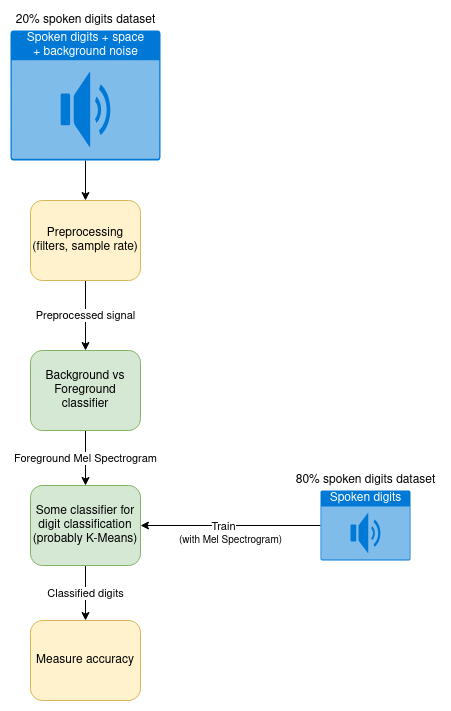
Earlier version of the draw.io export docs/diagram.png (AndreasPatakis/asr-digit-classification). Source tidied: cells renumbered, new cells last; positions are measured from the earlier drawing's top-left corner, leaving out a move shared by most shapes. Its diagram source:
```xml
<mxGraphModel>
  <root>
    <mxCell id="0" />
    <mxCell id="1" parent="0" />
    <mxCell id="2" style="edgeStyle=orthogonalEdgeStyle;rounded=0;jettySize=auto;html=1;entryX=0.5;entryY=0;entryDx=0;entryDy=0;" parent="1" edge="1" source="3" target="14">
      <mxGeometry relative="1" as="geometry" />
    </mxCell>
    <mxCell id="3" value="&lt;div&gt;Spoken digits + space&lt;/div&gt;&lt;div&gt; + background noise&lt;/div&gt;" style="html=1;strokeColor=none;fillColor=#0079D6;labelPosition=center;verticalLabelPosition=middle;verticalAlign=top;align=center;fontSize=12;outlineConnect=0;spacingTop=-6;fontColor=#FFFFFF;sketch=0;shape=mxgraph.sitemap.audio;" parent="1" vertex="1">
      <mxGeometry y="20" width="150" height="130" as="geometry" />
    </mxCell>
    <mxCell id="4" value="Foreground Mel Spectrogram" style="edgeStyle=orthogonalEdgeStyle;rounded=0;jettySize=auto;html=1;" parent="1" edge="1" source="5" target="8">
      <mxGeometry relative="1" as="geometry" />
    </mxCell>
    <mxCell id="5" value="Background vs Foreground classifier" style="rounded=1;whiteSpace=wrap;html=1;fillColor=#d5e8d4;strokeColor=#82b366;" parent="1" vertex="1">
      <mxGeometry x="20" y="340" width="110" height="80" as="geometry" />
    </mxCell>
    <mxCell id="6" value="20% spoken digits dataset" style="text;html=1;align=center;verticalAlign=middle;strokeColor=none;fillColor=none;" parent="1" vertex="1">
      <mxGeometry width="150" height="20" as="geometry" />
    </mxCell>
    <mxCell id="7" value="Classified digits" style="edgeStyle=orthogonalEdgeStyle;rounded=0;jettySize=auto;html=1;" parent="1" edge="1" source="8" target="15">
      <mxGeometry relative="1" as="geometry">
        <Array as="points">
          <mxPoint x="75" y="585" />
          <mxPoint x="75" y="585" />
        </Array>
      </mxGeometry>
    </mxCell>
    <mxCell id="8" value="Some classifier for digit classification (probably K-Means)" style="rounded=1;whiteSpace=wrap;html=1;fillColor=#d5e8d4;strokeColor=#82b366;" parent="1" vertex="1">
      <mxGeometry x="20" y="475" width="110" height="80" as="geometry" />
    </mxCell>
    <mxCell id="9" style="edgeStyle=orthogonalEdgeStyle;rounded=0;jettySize=auto;html=1;entryX=1;entryY=0.5;entryDx=0;entryDy=0;" parent="1" edge="1" source="11" target="8">
      <mxGeometry relative="1" as="geometry" />
    </mxCell>
    <mxCell id="10" value="Train" style="edgeLabel;html=1;align=center;verticalAlign=middle;" parent="9" vertex="1">
      <mxGeometry x="0.29" relative="1" as="geometry">
        <mxPoint x="18" as="offset" />
      </mxGeometry>
    </mxCell>
    <mxCell id="11" value="&lt;div&gt;Spoken digits&lt;/div&gt;" style="html=1;strokeColor=none;fillColor=#0079D6;labelPosition=center;verticalLabelPosition=middle;verticalAlign=top;align=center;fontSize=12;outlineConnect=0;spacingTop=-6;fontColor=#FFFFFF;sketch=0;shape=mxgraph.sitemap.audio;" parent="1" vertex="1">
      <mxGeometry x="310" y="480" width="90" height="70" as="geometry" />
    </mxCell>
    <mxCell id="12" value="80% spoken digits dataset" style="text;html=1;align=center;verticalAlign=middle;strokeColor=none;fillColor=none;" parent="1" vertex="1">
      <mxGeometry x="280" y="460" width="150" height="20" as="geometry" />
    </mxCell>
    <mxCell id="13" value="Preprocessed signal" style="edgeStyle=orthogonalEdgeStyle;rounded=0;jettySize=auto;html=1;" parent="1" edge="1" source="14" target="5">
      <mxGeometry relative="1" as="geometry" />
    </mxCell>
    <mxCell id="14" value="&lt;div&gt;Preprocessing&lt;/div&gt;&lt;div&gt;(filters, sample rate)&lt;br&gt;&lt;/div&gt;" style="rounded=1;whiteSpace=wrap;html=1;fillColor=#fff2cc;strokeColor=#d6b656;" parent="1" vertex="1">
      <mxGeometry x="20" y="190" width="110" height="80" as="geometry" />
    </mxCell>
    <mxCell id="15" value="Measure accuracy" style="rounded=1;whiteSpace=wrap;html=1;fillColor=#fff2cc;strokeColor=#d6b656;" parent="1" vertex="1">
      <mxGeometry x="20" y="610" width="110" height="80" as="geometry" />
    </mxCell>
    <mxCell id="16" value="(with Mel Spectrogram)" style="text;html=1;align=center;verticalAlign=middle;strokeColor=none;fillColor=none;fontSize=10;" parent="1" vertex="1">
      <mxGeometry x="160" y="520" width="120" height="20" as="geometry" />
    </mxCell>
  </root>
</mxGraphModel>
```
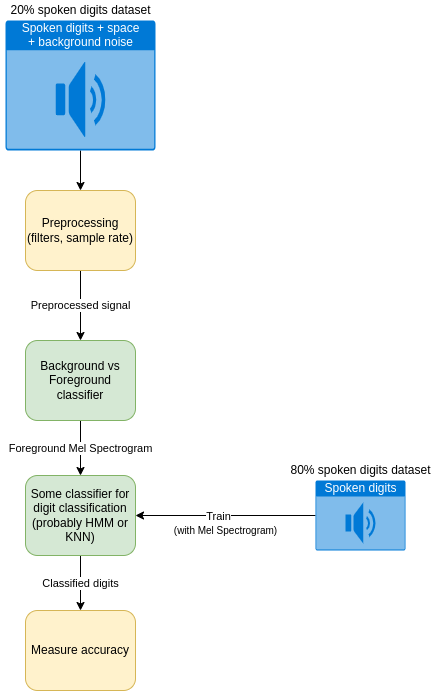
The same file after the commit.

What changed in the source:
```diff
@@ -1,23 +1,23 @@
-<mxGraphModel>
+<mxGraphModel background="#ffffff">
   <root>
     <mxCell id="0" />
     <mxCell id="1" parent="0" />
-    <mxCell id="2" style="edgeStyle=orthogonalEdgeStyle;rounded=0;jettySize=auto;html=1;entryX=0.5;entryY=0;entryDx=0;entryDy=0;" parent="1" edge="1" source="3" target="14">
+    <mxCell id="2" style="edgeStyle=orthogonalEdgeStyle;rounded=0;jettySize=auto;html=1;entryX=0.5;entryY=0;entryDx=0;entryDy=0;strokeColor=#000000;" parent="1" edge="1" source="3" target="14">
       <mxGeometry relative="1" as="geometry" />
     </mxCell>
     <mxCell id="3" value="&lt;div&gt;Spoken digits + space&lt;/div&gt;&lt;div&gt; + background noise&lt;/div&gt;" style="html=1;strokeColor=none;fillColor=#0079D6;labelPosition=center;verticalLabelPosition=middle;verticalAlign=top;align=center;fontSize=12;outlineConnect=0;spacingTop=-6;fontColor=#FFFFFF;sketch=0;shape=mxgraph.sitemap.audio;" parent="1" vertex="1">
       <mxGeometry y="20" width="150" height="130" as="geometry" />
     </mxCell>
-    <mxCell id="4" value="Foreground Mel Spectrogram" style="edgeStyle=orthogonalEdgeStyle;rounded=0;jettySize=auto;html=1;" parent="1" edge="1" source="5" target="8">
+    <mxCell id="4" value="&lt;font color=&quot;#000000&quot; style=&quot;background-color: rgb(255 , 255 , 255)&quot;&gt;Foreground Mel Spectrogram&lt;/font&gt;" style="edgeStyle=orthogonalEdgeStyle;rounded=0;jettySize=auto;html=1;strokeColor=#000000;" parent="1" edge="1" source="5" target="8">
       <mxGeometry relative="1" as="geometry" />
     </mxCell>
-    <mxCell id="5" value="Background vs Foreground classifier" style="rounded=1;whiteSpace=wrap;html=1;fillColor=#d5e8d4;strokeColor=#82b366;" parent="1" vertex="1">
+    <mxCell id="5" value="&lt;font color=&quot;#000000&quot;&gt;Background vs Foreground classifier&lt;/font&gt;" style="rounded=1;whiteSpace=wrap;html=1;fillColor=#d5e8d4;strokeColor=#82b366;" parent="1" vertex="1">
       <mxGeometry x="20" y="340" width="110" height="80" as="geometry" />
     </mxCell>
-    <mxCell id="6" value="20% spoken digits dataset" style="text;html=1;align=center;verticalAlign=middle;strokeColor=none;fillColor=none;" parent="1" vertex="1">
-      <mxGeometry width="150" height="20" as="geometry" />
+    <mxCell id="6" value="&lt;font color=&quot;#000000&quot;&gt;20% spoken digits dataset&lt;/font&gt;" style="text;html=1;align=center;verticalAlign=middle;strokeColor=none;fillColor=none;" parent="1" vertex="1">
+      <mxGeometry x="-5" width="160" height="20" as="geometry" />
     </mxCell>
-    <mxCell id="7" value="Classified digits" style="edgeStyle=orthogonalEdgeStyle;rounded=0;jettySize=auto;html=1;" parent="1" edge="1" source="8" target="15">
+    <mxCell id="7" value="&lt;font color=&quot;#000000&quot; style=&quot;background-color: rgb(255 , 255 , 255)&quot;&gt;Classified digits&lt;/font&gt;" style="edgeStyle=orthogonalEdgeStyle;rounded=0;jettySize=auto;html=1;strokeColor=#000000;" parent="1" edge="1" source="8" target="15">
       <mxGeometry relative="1" as="geometry">
         <Array as="points">
           <mxPoint x="75" y="585" />
@@ -25,13 +25,13 @@
         </Array>
       </mxGeometry>
     </mxCell>
-    <mxCell id="8" value="Some classifier for digit classification (probably K-Means)" style="rounded=1;whiteSpace=wrap;html=1;fillColor=#d5e8d4;strokeColor=#82b366;" parent="1" vertex="1">
+    <mxCell id="8" value="&lt;font color=&quot;#000000&quot;&gt;Some classifier for digit classification (probably HMM or KNN)&lt;/font&gt;" style="rounded=1;whiteSpace=wrap;html=1;fillColor=#d5e8d4;strokeColor=#82b366;" parent="1" vertex="1">
       <mxGeometry x="20" y="475" width="110" height="80" as="geometry" />
     </mxCell>
-    <mxCell id="9" style="edgeStyle=orthogonalEdgeStyle;rounded=0;jettySize=auto;html=1;entryX=1;entryY=0.5;entryDx=0;entryDy=0;" parent="1" edge="1" source="11" target="8">
+    <mxCell id="9" style="edgeStyle=orthogonalEdgeStyle;rounded=0;jettySize=auto;html=1;entryX=1;entryY=0.5;entryDx=0;entryDy=0;strokeColor=#000000;" parent="1" edge="1" source="11" target="8">
       <mxGeometry relative="1" as="geometry" />
     </mxCell>
-    <mxCell id="10" value="Train" style="edgeLabel;html=1;align=center;verticalAlign=middle;" parent="9" vertex="1">
+    <mxCell id="10" value="Train" style="edgeLabel;html=1;align=center;verticalAlign=middle;fontColor=#000000;labelBackgroundColor=#FFFFFF;" parent="9" vertex="1">
       <mxGeometry x="0.29" relative="1" as="geometry">
         <mxPoint x="18" as="offset" />
       </mxGeometry>
@@ -39,19 +39,19 @@
     <mxCell id="11" value="&lt;div&gt;Spoken digits&lt;/div&gt;" style="html=1;strokeColor=none;fillColor=#0079D6;labelPosition=center;verticalLabelPosition=middle;verticalAlign=top;align=center;fontSize=12;outlineConnect=0;spacingTop=-6;fontColor=#FFFFFF;sketch=0;shape=mxgraph.sitemap.audio;" parent="1" vertex="1">
       <mxGeometry x="310" y="480" width="90" height="70" as="geometry" />
     </mxCell>
-    <mxCell id="12" value="80% spoken digits dataset" style="text;html=1;align=center;verticalAlign=middle;strokeColor=none;fillColor=none;" parent="1" vertex="1">
-      <mxGeometry x="280" y="460" width="150" height="20" as="geometry" />
+    <mxCell id="12" value="&lt;font color=&quot;#000000&quot;&gt;80% spoken digits dataset&lt;/font&gt;" style="text;html=1;align=center;verticalAlign=middle;strokeColor=none;fillColor=none;" parent="1" vertex="1">
+      <mxGeometry x="275" y="460" width="160" height="20" as="geometry" />
     </mxCell>
-    <mxCell id="13" value="Preprocessed signal" style="edgeStyle=orthogonalEdgeStyle;rounded=0;jettySize=auto;html=1;" parent="1" edge="1" source="14" target="5">
+    <mxCell id="13" value="&lt;font color=&quot;#000000&quot; style=&quot;background-color: rgb(255 , 255 , 255)&quot;&gt;Preprocessed signal&lt;/font&gt;" style="edgeStyle=orthogonalEdgeStyle;rounded=0;jettySize=auto;html=1;strokeColor=#000000;" parent="1" edge="1" source="14" target="5">
       <mxGeometry relative="1" as="geometry" />
     </mxCell>
-    <mxCell id="14" value="&lt;div&gt;Preprocessing&lt;/div&gt;&lt;div&gt;(filters, sample rate)&lt;br&gt;&lt;/div&gt;" style="rounded=1;whiteSpace=wrap;html=1;fillColor=#fff2cc;strokeColor=#d6b656;" parent="1" vertex="1">
+    <mxCell id="14" value="&lt;div&gt;&lt;font color=&quot;#000000&quot;&gt;Preprocessing&lt;/font&gt;&lt;/div&gt;&lt;div&gt;&lt;font color=&quot;#000000&quot;&gt;(filters, sample rate)&lt;/font&gt;&lt;br&gt;&lt;/div&gt;" style="rounded=1;whiteSpace=wrap;html=1;fillColor=#fff2cc;strokeColor=#d6b656;glass=0;sketch=0;" parent="1" vertex="1">
       <mxGeometry x="20" y="190" width="110" height="80" as="geometry" />
     </mxCell>
-    <mxCell id="15" value="Measure accuracy" style="rounded=1;whiteSpace=wrap;html=1;fillColor=#fff2cc;strokeColor=#d6b656;" parent="1" vertex="1">
+    <mxCell id="15" value="&lt;font color=&quot;#000000&quot;&gt;Measure accuracy&lt;/font&gt;" style="rounded=1;whiteSpace=wrap;html=1;fillColor=#fff2cc;strokeColor=#d6b656;" parent="1" vertex="1">
       <mxGeometry x="20" y="610" width="110" height="80" as="geometry" />
     </mxCell>
-    <mxCell id="16" value="(with Mel Spectrogram)" style="text;html=1;align=center;verticalAlign=middle;strokeColor=none;fillColor=none;fontSize=10;" parent="1" vertex="1">
+    <mxCell id="16" value="(with Mel Spectrogram)" style="text;html=1;align=center;verticalAlign=middle;strokeColor=none;fillColor=none;fontSize=10;fontColor=#000000;" parent="1" vertex="1">
       <mxGeometry x="160" y="520" width="120" height="20" as="geometry" />
     </mxCell>
   </root>
```
